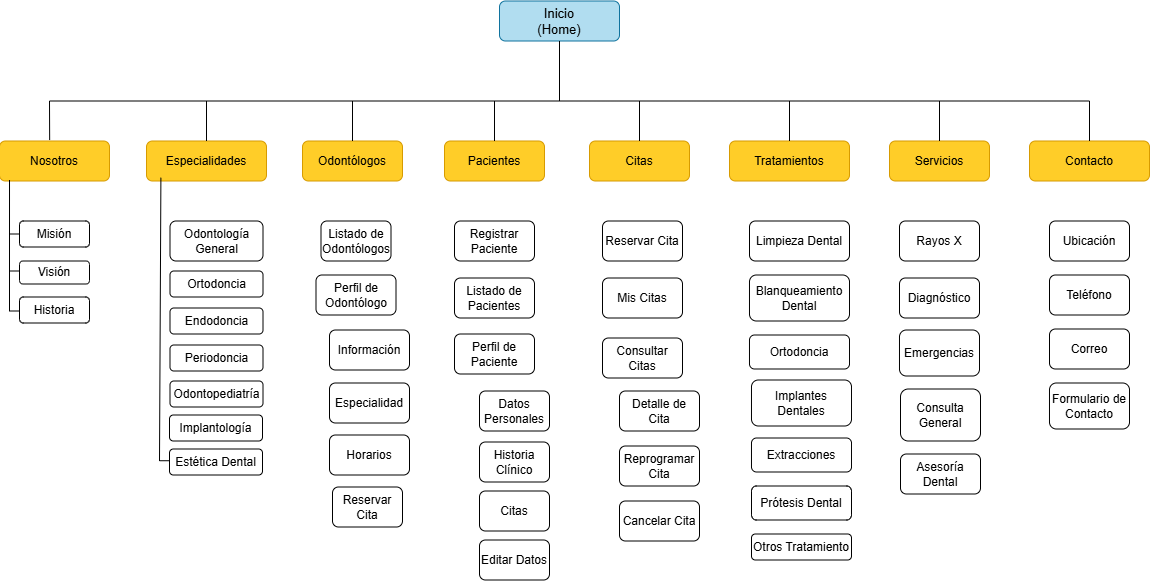
This is sistema web.drawio.png from IngridCruzY/sistema-web-cl-nica-odont-loga, a draw.io export, as it was before one commit. Source tidied: cells renumbered, new cells last; positions are measured from the earlier drawing's top-left corner, leaving out a move shared by most shapes.
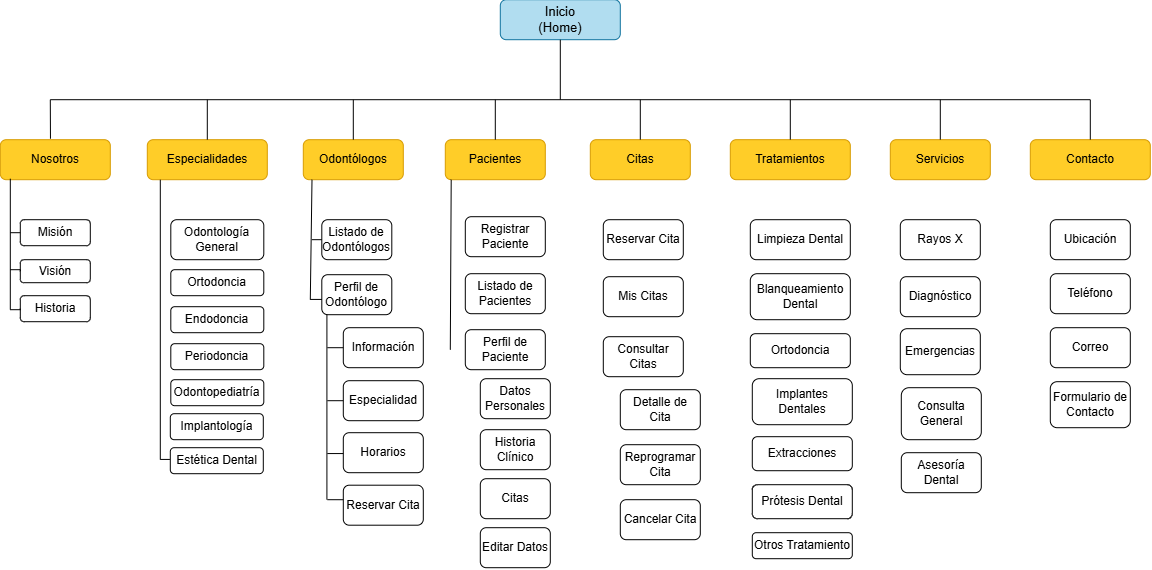
Later version of the same file.

Diff of the diagram source:
```diff
@@ -114,40 +114,40 @@
       <mxGeometry x="321.5" y="220" width="70" height="40" as="geometry" />
     </mxCell>
     <mxCell id="32" value="Perfil de Odontólogo" style="rounded=1;whiteSpace=wrap;html=1;" parent="1" vertex="1">
-      <mxGeometry x="316.5" y="274" width="80" height="40" as="geometry" />
+      <mxGeometry x="321.5" y="275" width="70" height="40" as="geometry" />
     </mxCell>
     <mxCell id="33" value="Información" style="rounded=1;whiteSpace=wrap;html=1;" parent="1" vertex="1">
-      <mxGeometry x="330" y="329" width="80" height="40" as="geometry" />
+      <mxGeometry x="343" y="328" width="80" height="40" as="geometry" />
     </mxCell>
     <mxCell id="34" value="Especialidad" style="rounded=1;whiteSpace=wrap;html=1;" parent="1" vertex="1">
-      <mxGeometry x="330" y="382" width="80" height="40" as="geometry" />
+      <mxGeometry x="343" y="381" width="80" height="40" as="geometry" />
     </mxCell>
     <mxCell id="35" value="Horarios" style="rounded=1;whiteSpace=wrap;html=1;" parent="1" vertex="1">
-      <mxGeometry x="330" y="434" width="80" height="40" as="geometry" />
+      <mxGeometry x="343" y="433" width="80" height="40" as="geometry" />
     </mxCell>
     <mxCell id="36" value="Reservar Cita" style="rounded=1;whiteSpace=wrap;html=1;" parent="1" vertex="1">
-      <mxGeometry x="333" y="486" width="70" height="40" as="geometry" />
+      <mxGeometry x="343" y="485.5" width="80" height="40" as="geometry" />
     </mxCell>
     <mxCell id="37" value="Registrar Paciente" style="rounded=1;whiteSpace=wrap;html=1;" parent="1" vertex="1">
-      <mxGeometry x="455" y="220" width="80" height="40" as="geometry" />
+      <mxGeometry x="465" y="217" width="80" height="40" as="geometry" />
     </mxCell>
     <mxCell id="38" value="Listado de Pacientes" style="rounded=1;whiteSpace=wrap;html=1;" parent="1" vertex="1">
-      <mxGeometry x="455" y="277" width="80" height="40" as="geometry" />
+      <mxGeometry x="465" y="274" width="80" height="40" as="geometry" />
     </mxCell>
     <mxCell id="39" value="Perfil de Paciente" style="rounded=1;whiteSpace=wrap;html=1;" parent="1" vertex="1">
-      <mxGeometry x="455" y="333" width="80" height="40" as="geometry" />
+      <mxGeometry x="465" y="330" width="80" height="40" as="geometry" />
     </mxCell>
     <mxCell id="40" value="Datos Personales" style="rounded=1;whiteSpace=wrap;html=1;" parent="1" vertex="1">
-      <mxGeometry x="480" y="390" width="70" height="40" as="geometry" />
+      <mxGeometry x="480" y="379" width="70" height="40" as="geometry" />
     </mxCell>
     <mxCell id="41" value="Historia Clínico" style="rounded=1;whiteSpace=wrap;html=1;" parent="1" vertex="1">
-      <mxGeometry x="480" y="441" width="70" height="40" as="geometry" />
+      <mxGeometry x="480" y="430" width="70" height="40" as="geometry" />
     </mxCell>
     <mxCell id="42" value="Citas" style="rounded=1;whiteSpace=wrap;html=1;" parent="1" vertex="1">
-      <mxGeometry x="480" y="490" width="70" height="40" as="geometry" />
+      <mxGeometry x="480" y="479" width="70" height="40" as="geometry" />
     </mxCell>
     <mxCell id="43" value="Editar Datos" style="rounded=1;whiteSpace=wrap;html=1;" parent="1" vertex="1">
-      <mxGeometry x="480" y="539" width="70" height="40" as="geometry" />
+      <mxGeometry x="480" y="528" width="70" height="40" as="geometry" />
     </mxCell>
     <mxCell id="44" value="Reservar Cita" style="rounded=1;whiteSpace=wrap;html=1;" parent="1" vertex="1">
       <mxGeometry x="603" y="220" width="80" height="40" as="geometry" />
@@ -241,9 +241,10 @@
         <mxPoint x="10" y="233" as="sourcePoint" />
       </mxGeometry>
     </mxCell>
-    <mxCell id="70" style="endArrow=none;html=1;rounded=0;entryX=0.12;entryY=0.918;entryDx=0;entryDy=0;entryPerimeter=0;" parent="1" edge="1" target="6">
+    <mxCell id="70" style="endArrow=none;html=1;rounded=0;" parent="1" edge="1">
       <mxGeometry relative="1" as="geometry">
         <mxPoint x="160" y="460" as="sourcePoint" />
+        <mxPoint x="160" y="180" as="targetPoint" />
       </mxGeometry>
     </mxCell>
     <mxCell id="71" style="endArrow=none;html=1;rounded=0;entryX=-0.004;entryY=0.451;entryDx=0;entryDy=0;entryPerimeter=0;" parent="1" edge="1" target="30">
@@ -251,5 +252,56 @@
         <mxPoint x="160" y="459.7" as="sourcePoint" />
       </mxGeometry>
     </mxCell>
+    <mxCell id="72" style="endArrow=none;html=1;rounded=0;entryX=0.067;entryY=1.061;entryDx=0;entryDy=0;entryPerimeter=0;" parent="1" edge="1">
+      <mxGeometry relative="1" as="geometry">
+        <mxPoint x="310" y="300" as="sourcePoint" />
+        <mxPoint x="311.7" y="180" as="targetPoint" />
+      </mxGeometry>
+    </mxCell>
+    <mxCell id="73" style="endArrow=none;html=1;rounded=0;entryX=0.002;entryY=0.618;entryDx=0;entryDy=0;entryPerimeter=0;" parent="1" edge="1" target="32">
+      <mxGeometry relative="1" as="geometry">
+        <mxPoint x="310" y="299.7" as="sourcePoint" />
+      </mxGeometry>
+    </mxCell>
+    <mxCell id="74" style="endArrow=none;html=1;rounded=0;" parent="1" edge="1">
+      <mxGeometry relative="1" as="geometry">
+        <mxPoint x="311.5" y="240" as="sourcePoint" />
+        <mxPoint x="321.5" y="240" as="targetPoint" />
+      </mxGeometry>
+    </mxCell>
+    <mxCell id="75" style="endArrow=none;html=1;rounded=0;entryX=0.073;entryY=0.992;entryDx=0;entryDy=0;entryPerimeter=0;" parent="1" edge="1" target="32">
+      <mxGeometry relative="1" as="geometry">
+        <mxPoint x="326.6" y="500" as="sourcePoint" />
+      </mxGeometry>
+    </mxCell>
+    <mxCell id="76" style="endArrow=none;html=1;rounded=0;entryX=0;entryY=0.363;entryDx=0;entryDy=0;entryPerimeter=0;" parent="1" edge="1" target="36">
+      <mxGeometry relative="1" as="geometry">
+        <mxPoint x="327" y="500" as="sourcePoint" />
+      </mxGeometry>
+    </mxCell>
+    <mxCell id="77" style="endArrow=none;html=1;rounded=0;entryX=0;entryY=0.363;entryDx=0;entryDy=0;entryPerimeter=0;" parent="1" edge="1">
+      <mxGeometry relative="1" as="geometry">
+        <mxPoint x="327" y="453.9" as="sourcePoint" />
+        <mxPoint x="343" y="453.9" as="targetPoint" />
+      </mxGeometry>
+    </mxCell>
+    <mxCell id="78" style="endArrow=none;html=1;rounded=0;entryX=0;entryY=0.363;entryDx=0;entryDy=0;entryPerimeter=0;" parent="1" edge="1">
+      <mxGeometry relative="1" as="geometry">
+        <mxPoint x="327" y="401" as="sourcePoint" />
+        <mxPoint x="343" y="401" as="targetPoint" />
+      </mxGeometry>
+    </mxCell>
+    <mxCell id="79" style="endArrow=none;html=1;rounded=0;entryX=0;entryY=0.363;entryDx=0;entryDy=0;entryPerimeter=0;" parent="1" edge="1">
+      <mxGeometry relative="1" as="geometry">
+        <mxPoint x="327" y="348" as="sourcePoint" />
+        <mxPoint x="343" y="348" as="targetPoint" />
+      </mxGeometry>
+    </mxCell>
+    <mxCell id="80" style="endArrow=none;html=1;rounded=0;" parent="1" edge="1">
+      <mxGeometry relative="1" as="geometry">
+        <mxPoint x="450" y="350" as="sourcePoint" />
+        <mxPoint x="450.9" y="180" as="targetPoint" />
+      </mxGeometry>
+    </mxCell>
   </root>
 </mxGraphModel>
```
